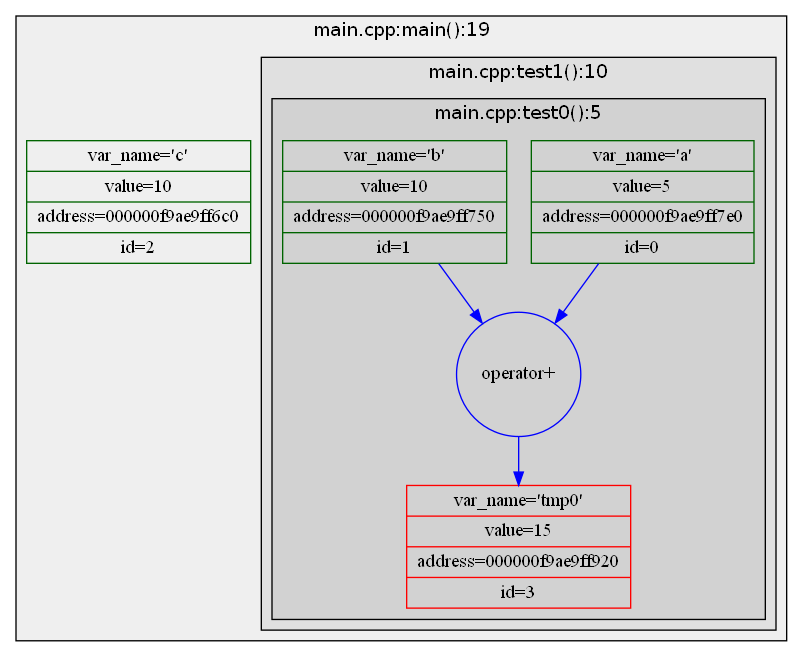
deGekata/IntSpector keeps this Graphviz diagram as 5MyInt.dot.png. Above is the earlier version. Its source is kept beside it as 5MyInt.dot.
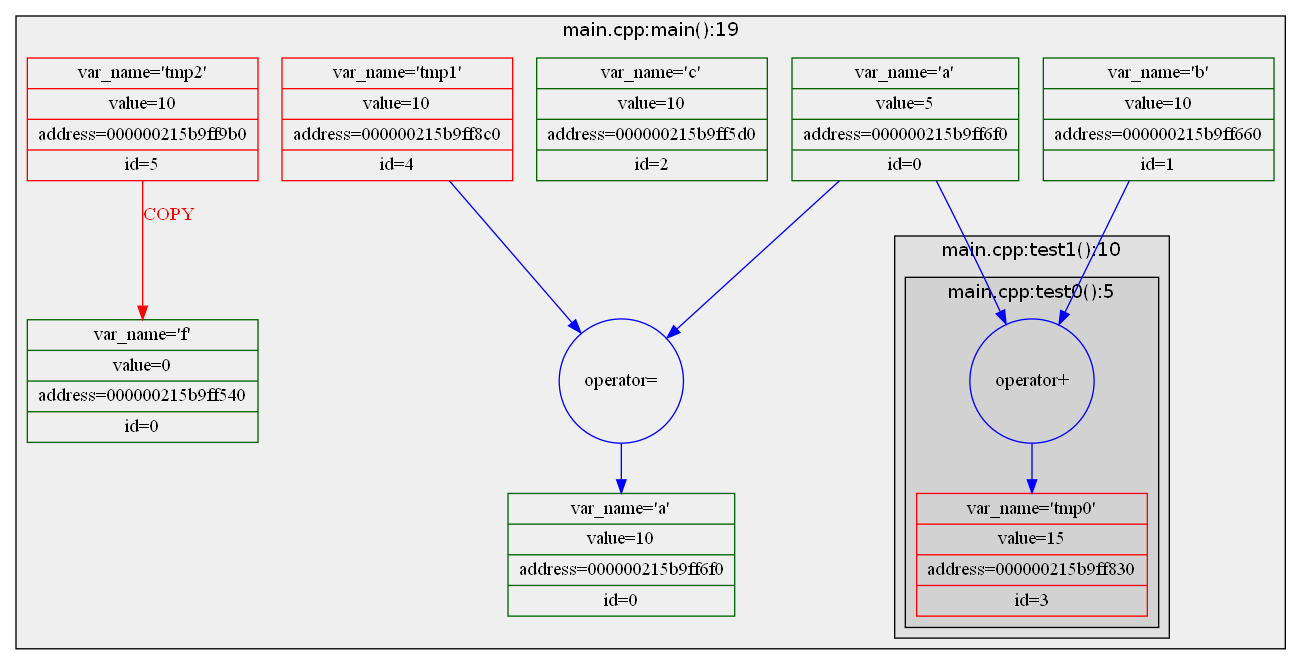
Later version of the same file.

What changed in the source:
```diff
@@ -6,9 +6,9 @@
 style=filled
 fillcolor="#00000010"
 label="main.cpp:main():19"
-a_0_0 [color=darkgreen, label="{var_name='a'|value=5|address=000000f9ae9ff7e0|id=0}"]
-b_1_0 [color=darkgreen, label="{var_name='b'|value=10|address=000000f9ae9ff750|id=1}"]
-c_2_0 [color=darkgreen, label="{var_name='c'|value=10|address=000000f9ae9ff6c0|id=2}"]
+a_0_0 [color=darkgreen, label="{var_name='a'|value=5|address=000000215b9ff6f0|id=0}"]
+b_1_0 [color=darkgreen, label="{var_name='b'|value=10|address=000000215b9ff660|id=1}"]
+c_2_0 [color=darkgreen, label="{var_name='c'|value=10|address=000000215b9ff5d0|id=2}"]
 subgraph cluster2 {
 color=black
 style=filled
@@ -19,12 +19,21 @@
 style=filled
 fillcolor="#00000010"
 label="main.cpp:test0():5"
-tmp0_3_0 [color=red, label="{var_name='tmp0'|value=15|address=000000f9ae9ff920|id=3}"]
+tmp0_3_0 [color=red, label="{var_name='tmp0'|value=15|address=000000215b9ff830|id=3}"]
 op2 [color=blue, shape=circle, label="operator+"]
+}
+}
+tmp1_4_0 [color=red, label="{var_name='tmp1'|value=10|address=000000215b9ff8c0|id=4}"]
+op1 [color=blue, shape=circle, label="operator="]
+a_0_1 [color=darkgreen, label="{var_name='a'|value=10|address=000000215b9ff6f0|id=0}"]
+tmp2_5_0 [color=red, label="{var_name='tmp2'|value=10|address=000000215b9ff9b0|id=5}"]
+f_0_0 [color=darkgreen, label="{var_name='f'|value=0|address=000000215b9ff540|id=0}"]
+}
 a_0_0 -> op2 [color=blue, label="", fontcolor=""]
 b_1_0 -> op2 [color=blue, label="", fontcolor=""]
 op2 -> tmp0_3_0 [color=blue, label="", fontcolor=""]
+a_0_0 -> op1 [color=blue, label="", fontcolor=""]
+tmp1_4_0 -> op1 [color=blue, label="", fontcolor=""]
+op1 -> a_0_1 [color=blue, label="", fontcolor=""]
+tmp2_5_0 -> f_0_0 [color=red, label="COPY", fontcolor="red"]
 }
-}
-}
-}
```
